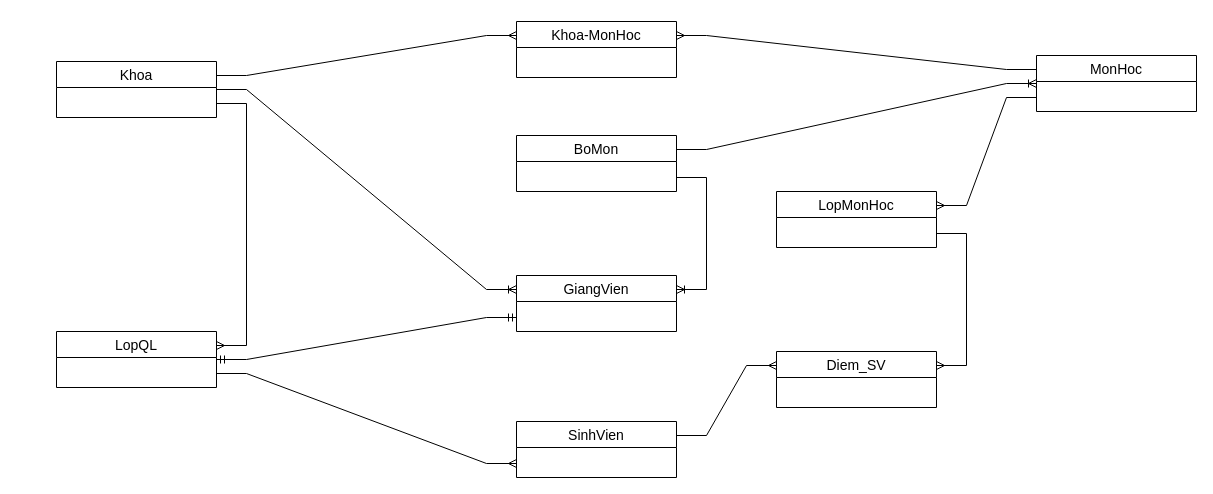
Above: diagram.drawio in duyhelloworld/qlsinhvien-netcore (draw.io), before the change. Source tidied: cells renumbered, new cells numbered last; positions are measured from the earlier drawing's top-left corner, leaving out a move shared by most shapes. Both pictures are drawn from the tidied source at 100%, with x=0, y=0 at pixel (56, 21).
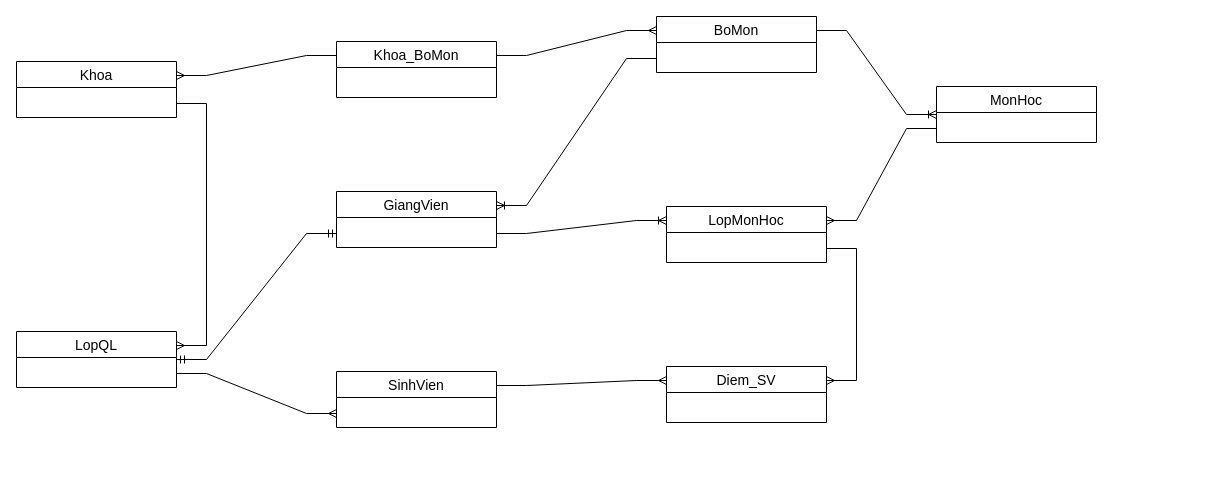
Above is the later version.

Commit message:
sửa lại logic

What changed in the source:
```diff
@@
     <mxCell id="2" value="SinhVien" style="swimlane;fontStyle=0;horizontal=1;startSize=26;align=center;fontSize=14;" parent="1" vertex="1">
-      <mxGeometry x="460" y="400" width="160" height="56" as="geometry" />
+      <mxGeometry x="280" y="350" width="160" height="56" as="geometry" />
     </mxCell>
     <mxCell id="3" value="LopQL" style="swimlane;fontStyle=0;horizontal=1;startSize=26;align=center;fontSize=14;" parent="1" vertex="1">
-      <mxGeometry y="310" width="160" height="56" as="geometry" />
+      <mxGeometry x="-40" y="310" width="160" height="56" as="geometry" />
     </mxCell>
     <mxCell id="4" value="GiangVien" style="swimlane;fontStyle=0;horizontal=1;startSize=26;align=center;fontSize=14;" parent="1" vertex="1">
-      <mxGeometry x="460" y="254" width="160" height="56" as="geometry" />
+      <mxGeometry x="280" y="170" width="160" height="56" as="geometry" />
     </mxCell>
     <mxCell id="5" value="MonHoc" style="swimlane;fontStyle=0;horizontal=1;startSize=26;align=center;fontSize=14;" parent="1" vertex="1">
-      <mxGeometry x="980" y="34" width="160" height="56" as="geometry" />
+      <mxGeometry x="880" y="65" width="160" height="56" as="geometry" />
     </mxCell>
     <mxCell id="6" value="Khoa" style="swimlane;fontStyle=0;horizontal=1;startSize=26;align=center;fontSize=14;" parent="1" vertex="1">
-      <mxGeometry y="40" width="160" height="56" as="geometry" />
+      <mxGeometry x="-40" y="40" width="160" height="56" as="geometry" />
     </mxCell>
@@
     <mxCell id="10" value="Diem_SV" style="swimlane;fontStyle=0;horizontal=1;startSize=26;align=center;fontSize=14;" parent="1" vertex="1">
-      <mxGeometry x="720" y="330" width="160" height="56" as="geometry" />
+      <mxGeometry x="610" y="345" width="160" height="56" as="geometry" />
     </mxCell>
@@
     <mxCell id="12" value="LopMonHoc" style="swimlane;fontStyle=0;horizontal=1;startSize=26;align=center;fontSize=14;" parent="1" vertex="1">
-      <mxGeometry x="720" y="170" width="160" height="56" as="geometry" />
+      <mxGeometry x="610" y="185" width="160" height="56" as="geometry" />
     </mxCell>
@@
-    <mxCell id="15" value="Khoa-MonHoc" style="swimlane;fontStyle=0;horizontal=1;startSize=26;align=center;fontSize=14;" parent="1" vertex="1">
-      <mxGeometry x="460" width="160" height="56" as="geometry" />
-    </mxCell>
-    <mxCell id="16" style="edgeStyle=entityRelationEdgeStyle;fontSize=12;html=1;endArrow=ERmany;rounded=0;exitX=1;exitY=0.25;exitDx=0;exitDy=0;entryX=0;entryY=0.25;entryDx=0;entryDy=0;" parent="1" edge="1" source="6" target="15">
+    <mxCell id="16" style="edgeStyle=entityRelationEdgeStyle;fontSize=12;html=1;endArrow=ERmany;rounded=0;exitX=0;exitY=0.25;exitDx=0;exitDy=0;entryX=1;entryY=0.25;entryDx=0;entryDy=0;" parent="1" edge="1" source="23" target="6">
       <mxGeometry relative="1" as="geometry" />
     </mxCell>
-    <mxCell id="17" style="edgeStyle=entityRelationEdgeStyle;fontSize=12;html=1;endArrow=ERmany;rounded=0;entryX=1;entryY=0.25;entryDx=0;entryDy=0;exitX=0;exitY=0.25;exitDx=0;exitDy=0;" parent="1" edge="1" source="5" target="15">
-      <mxGeometry relative="1" as="geometry" />
-    </mxCell>
-    <mxCell id="18" style="edgeStyle=entityRelationEdgeStyle;fontSize=12;html=1;endArrow=ERoneToMany;rounded=0;entryX=0;entryY=0.25;entryDx=0;entryDy=0;exitX=1;exitY=0.5;exitDx=0;exitDy=0;" parent="1" edge="1" source="6" target="4">
-      <mxGeometry relative="1" as="geometry" />
-    </mxCell>
     <mxCell id="19" value="BoMon" style="swimlane;fontStyle=0;horizontal=1;startSize=26;align=center;fontSize=14;" parent="1" vertex="1">
-      <mxGeometry x="460" y="114" width="160" height="56" as="geometry" />
+      <mxGeometry x="600" y="-5" width="160" height="56" as="geometry" />
     </mxCell>
-    <mxCell id="20" style="edgeStyle=entityRelationEdgeStyle;fontSize=12;html=1;endArrow=ERoneToMany;rounded=0;entryX=1;entryY=0.25;entryDx=0;entryDy=0;exitX=1;exitY=0.75;exitDx=0;exitDy=0;" parent="1" edge="1" source="19" target="4">
+    <mxCell id="20" style="edgeStyle=entityRelationEdgeStyle;fontSize=12;html=1;endArrow=ERoneToMany;rounded=0;entryX=1;entryY=0.25;entryDx=0;entryDy=0;exitX=0;exitY=0.75;exitDx=0;exitDy=0;" parent="1" edge="1" source="19" target="4">
       <mxGeometry relative="1" as="geometry" />
     </mxCell>
@@
+    <mxCell id="22" style="edgeStyle=entityRelationEdgeStyle;fontSize=12;html=1;endArrow=ERoneToMany;rounded=0;entryX=0;entryY=0.25;entryDx=0;entryDy=0;exitX=1;exitY=0.75;exitDx=0;exitDy=0;" parent="1" edge="1" source="4" target="12">
+      <mxGeometry relative="1" as="geometry" />
+    </mxCell>
+    <mxCell id="23" value="Khoa_BoMon" style="swimlane;fontStyle=0;horizontal=1;startSize=26;align=center;fontSize=14;" parent="1" vertex="1">
+      <mxGeometry x="280" y="20" width="160" height="56" as="geometry" />
+    </mxCell>
+    <mxCell id="24" style="edgeStyle=entityRelationEdgeStyle;fontSize=12;html=1;endArrow=ERmany;rounded=0;exitX=1;exitY=0.25;exitDx=0;exitDy=0;entryX=0;entryY=0.25;entryDx=0;entryDy=0;" parent="1" edge="1" source="23" target="19">
+      <mxGeometry relative="1" as="geometry" />
+    </mxCell>
```
